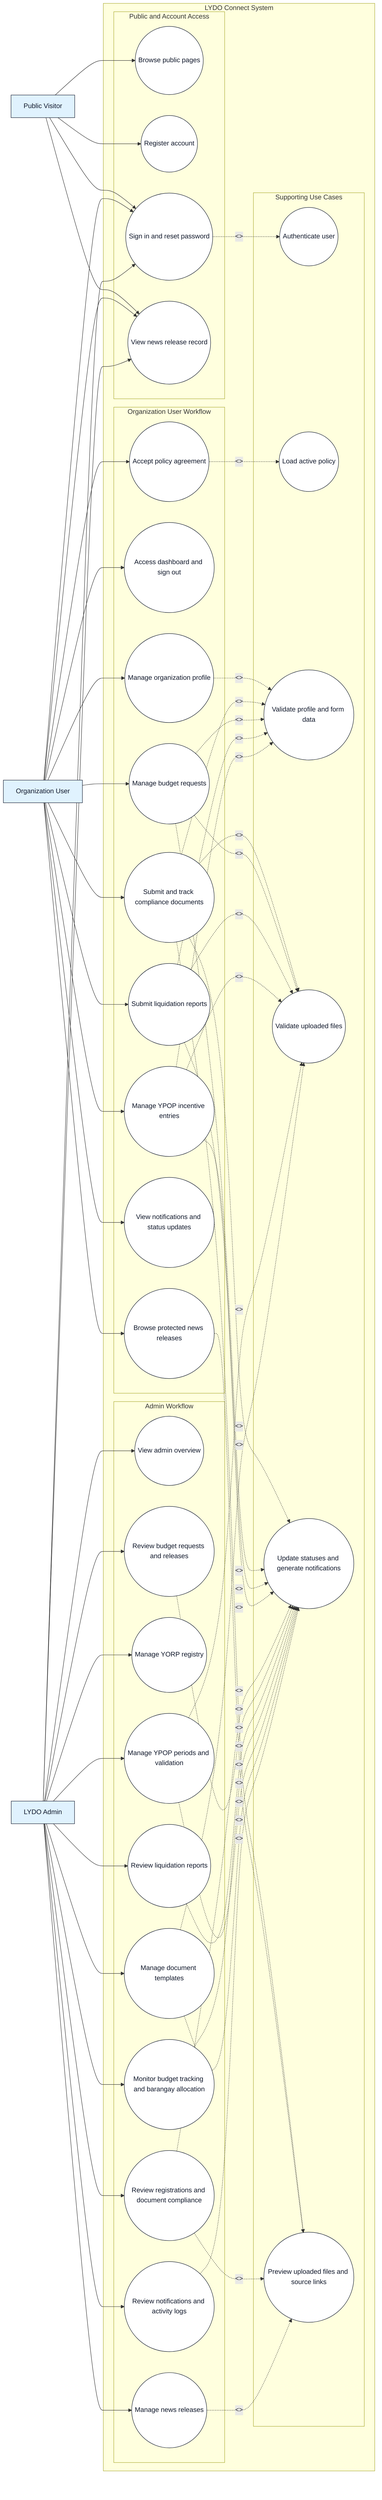
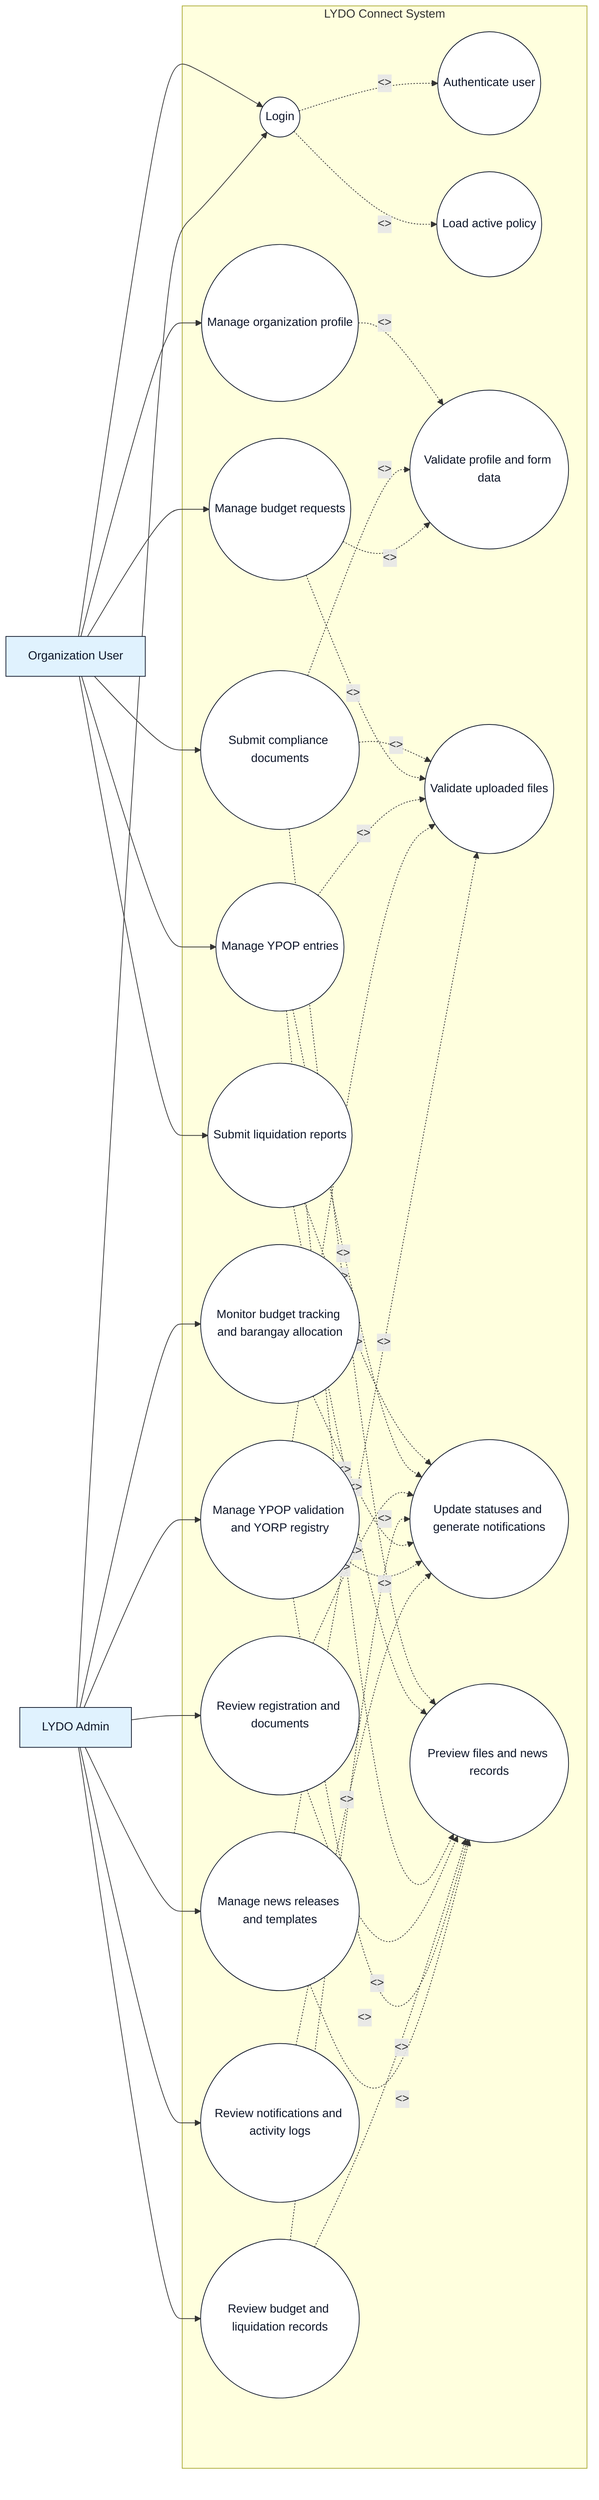
flowchart LR
-     PV[Public Visitor]
    OU[Organization User]
    AD[LYDO Admin]

    subgraph SYS[LYDO Connect System]
-       subgraph PUB[Public and Account Access]
-         UC1((Browse public pages))
-         UC2((Register account))
-         UC3((Sign in and reset password))
-         UC4((View news release record))
-       end
+       UC1((Login))
+       UC2((Manage organization profile))
+       UC3((Submit compliance documents))
+       UC4((Manage budget requests))
+       UC5((Submit liquidation reports))
+       UC6((Manage YPOP entries))

-       subgraph ORG[Organization User Workflow]
-         UC5((Accept policy agreement))
-         UC6((Access dashboard and sign out))
-         UC7((Manage organization profile))
-         UC8((Submit and track compliance documents))
-         UC9((Manage budget requests))
-         UC10((Submit liquidation reports))
-         UC11((Manage YPOP incentive entries))
-         UC12((View notifications and status updates))
-         UC13((Browse protected news releases))
-       end
+       UC7((Authenticate user))
+       UC8((Load active policy))
+       UC9((Validate profile and form data))
+       UC10((Validate uploaded files))
+       UC11((Update statuses and generate notifications))
+       UC12((Preview files and news records))

-       subgraph ADM[Admin Workflow]
-         UC14((View admin overview))
-         UC15((Review registrations and document compliance))
-         UC16((Manage YORP registry))
-         UC17((Review budget requests and releases))
-         UC18((Review liquidation reports))
-         UC19((Monitor budget tracking and barangay allocation))
-         UC20((Manage YPOP periods and validation))
-         UC21((Manage news releases))
-         UC22((Manage document templates))
-         UC23((Review notifications and activity logs))
-       end
- 
-       subgraph SUP[Supporting Use Cases]
-         UC24((Authenticate user))
-         UC25((Load active policy))
-         UC26((Validate profile and form data))
-         UC27((Validate uploaded files))
-         UC28((Update statuses and generate notifications))
-         UC29((Preview uploaded files and source links))
-       end
+       UC13((Review registration and documents))
+       UC14((Review budget and liquidation records))
+       UC15((Monitor budget tracking and barangay allocation))
+       UC16((Manage YPOP validation and YORP registry))
+       UC17((Manage news releases and templates))
+       UC18((Review notifications and activity logs))
    end

-     PV --> UC1
-     PV --> UC2
-     PV --> UC3
-     PV --> UC4
- 
+     OU --> UC1
+     OU --> UC2
    OU --> UC3
+     OU --> UC4
    OU --> UC5
    OU --> UC6
-     OU --> UC7
-     OU --> UC8
-     OU --> UC9
-     OU --> UC10
-     OU --> UC11
-     OU --> UC12
-     OU --> UC13
-     OU --> UC4

-     AD --> UC3
+     AD --> UC1
+     AD --> UC13
    AD --> UC14
    AD --> UC15
    AD --> UC16
    AD --> UC17
    AD --> UC18
-     AD --> UC19
-     AD --> UC20
-     AD --> UC21
-     AD --> UC22
-     AD --> UC23
-     AD --> UC4

-     UC3 -.->|<<include>>| UC24
-     UC5 -.->|<<include>>| UC25
-     UC7 -.->|<<include>>| UC26
-     UC8 -.->|<<include>>| UC26
-     UC8 -.->|<<include>>| UC27
-     UC8 -.->|<<include>>| UC28
-     UC8 -.->|<<extend>>| UC29
-     UC9 -.->|<<include>>| UC26
-     UC9 -.->|<<include>>| UC27
-     UC9 -.->|<<include>>| UC28
-     UC10 -.->|<<include>>| UC26
-     UC10 -.->|<<include>>| UC27
-     UC10 -.->|<<include>>| UC28
-     UC11 -.->|<<include>>| UC26
-     UC11 -.->|<<include>>| UC27
-     UC11 -.->|<<include>>| UC28
-     UC13 -.->|<<extend>>| UC29
-     UC15 -.->|<<include>>| UC29
-     UC15 -.->|<<include>>| UC28
-     UC17 -.->|<<include>>| UC28
-     UC18 -.->|<<include>>| UC28
-     UC19 -.->|<<include>>| UC28
-     UC20 -.->|<<include>>| UC27
-     UC20 -.->|<<include>>| UC28
-     UC21 -.->|<<extend>>| UC29
-     UC22 -.->|<<include>>| UC27
-     UC22 -.->|<<include>>| UC28
-     UC23 -.->|<<include>>| UC28
+     UC1 -.->|<<include>>| UC7
+     UC1 -.->|<<extend>>| UC8
+     UC2 -.->|<<include>>| UC9
+     UC3 -.->|<<include>>| UC9
+     UC3 -.->|<<include>>| UC10
+     UC3 -.->|<<extend>>| UC12
+     UC4 -.->|<<include>>| UC9
+     UC4 -.->|<<include>>| UC10
+     UC5 -.->|<<include>>| UC11
+     UC5 -.->|<<extend>>| UC12
+     UC6 -.->|<<include>>| UC10
+     UC6 -.->|<<include>>| UC11
+     UC6 -.->|<<extend>>| UC12
+     UC13 -.->|<<include>>| UC11
+     UC13 -.->|<<extend>>| UC12
+     UC14 -.->|<<include>>| UC11
+     UC14 -.->|<<extend>>| UC12
+     UC15 -.->|<<include>>| UC11
+     UC16 -.->|<<include>>| UC10
+     UC16 -.->|<<include>>| UC11
+     UC16 -.->|<<extend>>| UC12
+     UC17 -.->|<<include>>| UC10
+     UC17 -.->|<<extend>>| UC12
+     UC18 -.->|<<include>>| UC11

    classDef actor fill:#e0f2fe,stroke:#0f172a,stroke-width:1px,color:#0f172a;
    classDef usecase fill:#ffffff,stroke:#0f172a,stroke-width:1px,color:#0f172a;
-     class PV,OU,AD actor;
-     class UC1,UC2,UC3,UC4,UC5,UC6,UC7,UC8,UC9,UC10,UC11,UC12,UC13,UC14,UC15,UC16,UC17,UC18,UC19,UC20,UC21,UC22,UC23,UC24,UC25,UC26,UC27,UC28,UC29 usecase;
+     class OU,AD actor;
+     class UC1,UC2,UC3,UC4,UC5,UC6,UC7,UC8,UC9,UC10,UC11,UC12,UC13,UC14,UC15,UC16,UC17,UC18 usecase;
